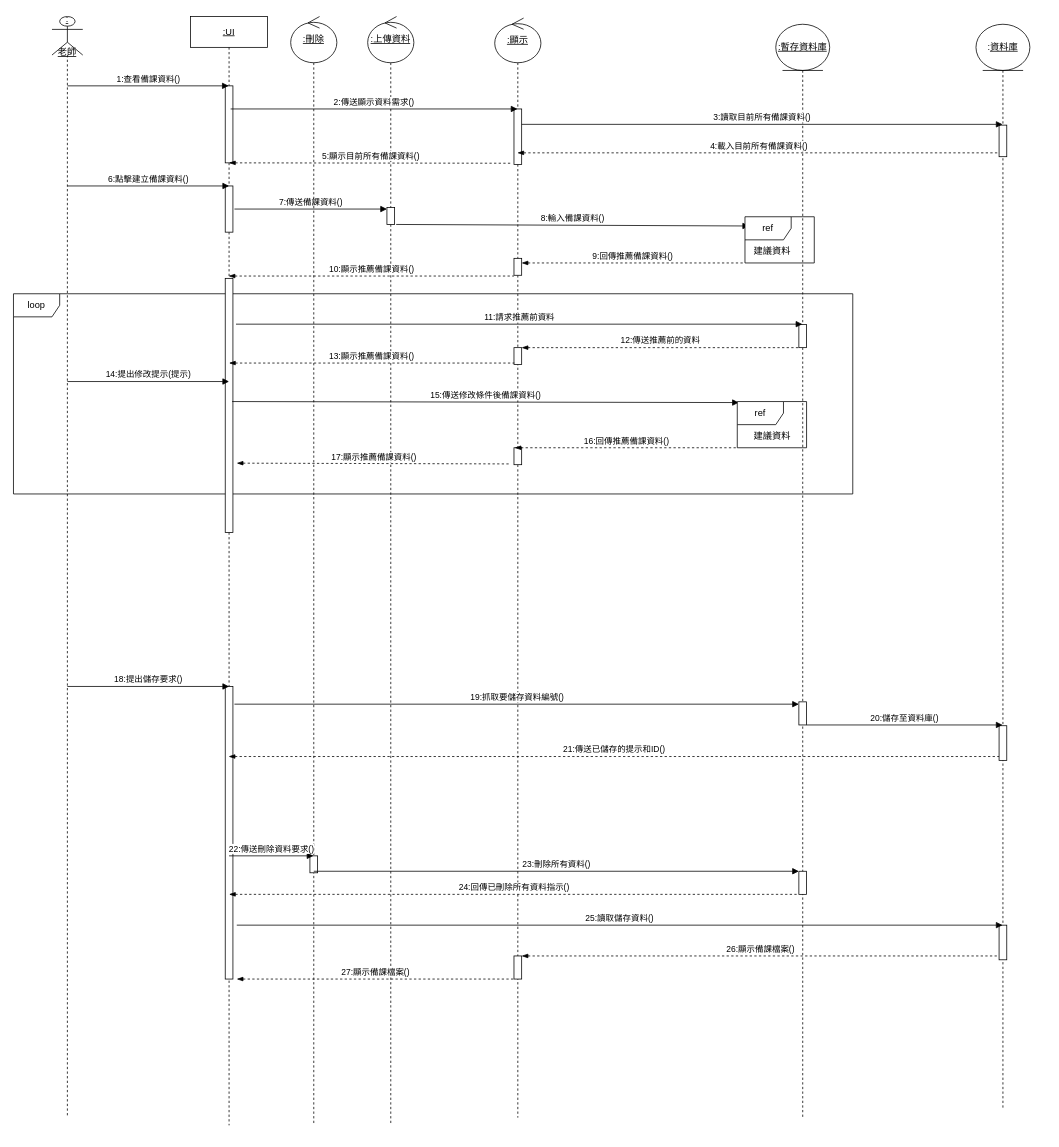
Kevincheng0804/System-analysis keeps this draw.io diagram as 循序圖(建立備課資料-AC)-new.drawio. Above is the earlier version. Source tidied: cells renumbered, new cells numbered last; positions are measured from the earlier drawing's top-left corner, leaving out a move shared by most shapes. Both pictures are drawn from the tidied source at 77%, with x=0, y=0 at pixel (13, 16).
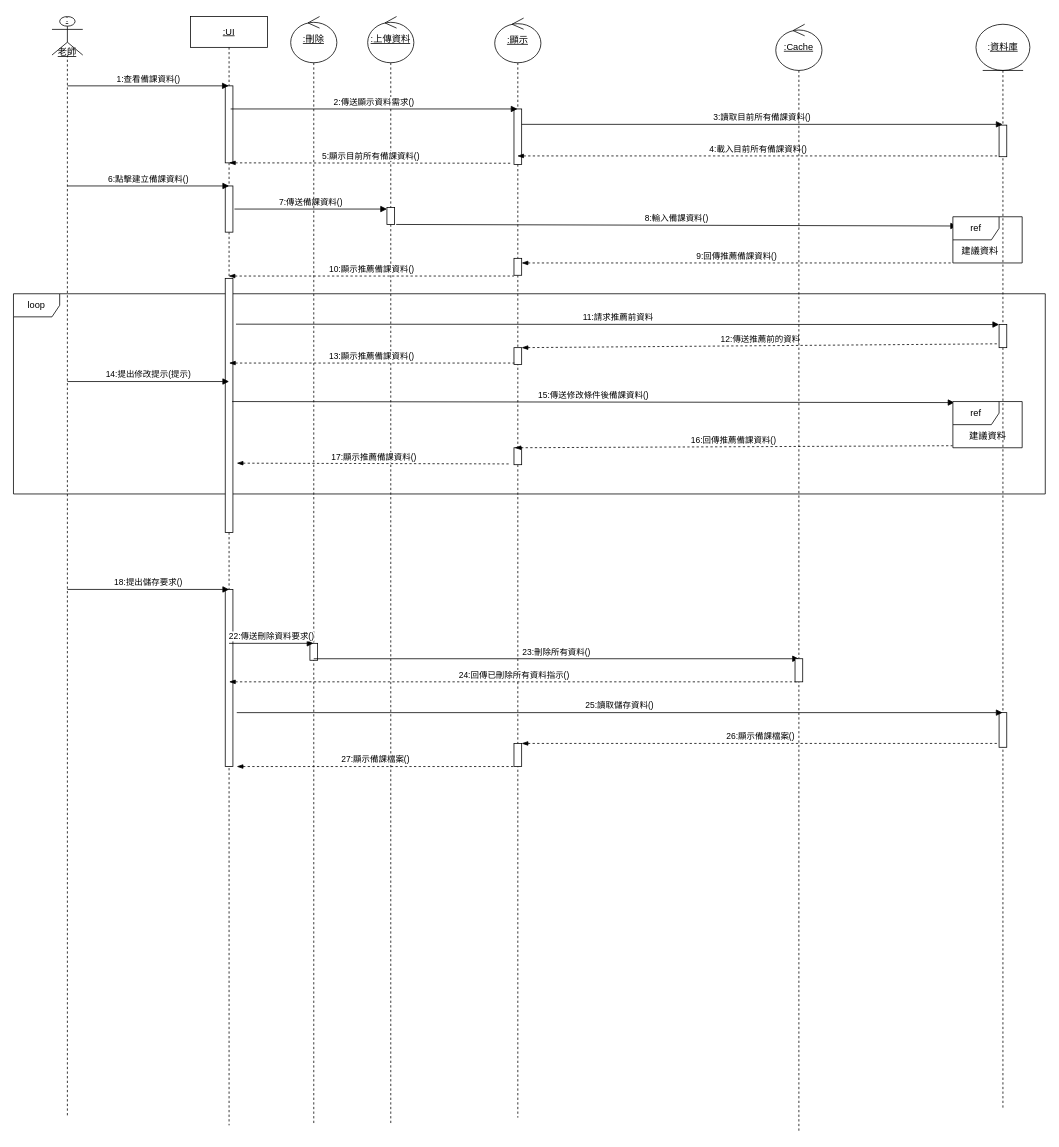
Above is the later version.

Commit message:
更新循序圖(建立備課資料-AC)-new.drawio

The change refers to these unchanged cells:
```xml
<mxCell id="4" value="&lt;u&gt;:UI&lt;/u&gt;" style="shape=umlLifeline;perimeter=lifelinePerimeter;whiteSpace=wrap;html=1;outlineConnect=0;portConstraint=eastwest;newEdgeStyle={&quot;curved&quot;:0,&quot;rounded&quot;:0};" parent="1" vertex="1">
  <mxGeometry x="230" width="100" height="1440" as="geometry" />
</mxCell>
<mxCell id="11" value="&lt;u&gt;:顯示&lt;/u&gt;" style="shape=umlLifeline;perimeter=lifelinePerimeter;whiteSpace=wrap;html=1;outlineConnect=0;portConstraint=eastwest;newEdgeStyle={&quot;curved&quot;:0,&quot;rounded&quot;:0};participant=umlControl;size=58;" parent="1" vertex="1">
  <mxGeometry x="625" y="2" width="60" height="1428" as="geometry" />
</mxCell>
<mxCell id="21" value=":&lt;u&gt;資料庫&lt;/u&gt;" style="shape=umlLifeline;perimeter=lifelinePerimeter;whiteSpace=wrap;html=1;outlineConnect=0;portConstraint=eastwest;newEdgeStyle={&quot;curved&quot;:0,&quot;rounded&quot;:0};participant=umlEntity;size=60;" parent="1" vertex="1">
  <mxGeometry x="1250" y="10" width="70" height="1410" as="geometry" />
</mxCell>
<mxCell id="22" style="html=1;points=[[0,0,0,0,5],[0,1,0,0,-5],[1,0,0,0,5],[1,1,0,0,-5]];perimeter=orthogonalPerimeter;outlineConnect=0;targetShapes=umlLifeline;portConstraint=eastwest;newEdgeStyle={&quot;curved&quot;:0,&quot;rounded&quot;:0};" parent="21" vertex="1">
  <mxGeometry x="30" y="131" width="10" height="41" as="geometry" />
</mxCell>
<mxCell id="49" value="&lt;u&gt;:刪除&lt;/u&gt;" style="shape=umlLifeline;perimeter=lifelinePerimeter;whiteSpace=wrap;html=1;outlineConnect=0;portConstraint=eastwest;newEdgeStyle={&quot;curved&quot;:0,&quot;rounded&quot;:0};participant=umlControl;size=60;" parent="1" vertex="1">
  <mxGeometry x="360" width="60" height="1440" as="geometry" />
</mxCell>
```

Change to the diagram source:
```diff
@@
     <mxCell id="2" value="loop" style="shape=umlFrame;whiteSpace=wrap;html=1;" parent="1" vertex="1">
-      <mxGeometry y="360" width="1090" height="260" as="geometry" />
+      <mxGeometry y="360" width="1340" height="260" as="geometry" />
     </mxCell>
@@
     <mxCell id="8" style="html=1;perimeter=orthogonalPerimeter;targetShapes=umlLifeline;newEdgeStyle={&quot;curved&quot;:0,&quot;rounded&quot;:0};" parent="4" vertex="1">
-      <mxGeometry x="45" y="870" width="10" height="380" as="geometry" />
+      <mxGeometry x="45" y="744" width="10" height="230" as="geometry" />
     </mxCell>
@@
     <mxCell id="16" style="html=1;perimeter=orthogonalPerimeter;targetShapes=umlLifeline;newEdgeStyle={&quot;curved&quot;:0,&quot;rounded&quot;:0};" parent="11" vertex="1">
-      <mxGeometry x="25" y="1218" width="10" height="30" as="geometry" />
+      <mxGeometry x="25" y="942" width="10" height="30" as="geometry" />
     </mxCell>
-    <mxCell id="17" value="&lt;u&gt;:暫存資料庫&lt;/u&gt;" style="shape=umlLifeline;perimeter=lifelinePerimeter;whiteSpace=wrap;html=1;outlineConnect=0;portConstraint=eastwest;newEdgeStyle={&quot;curved&quot;:0,&quot;rounded&quot;:0};participant=umlEntity;size=60;" parent="1" vertex="1">
-      <mxGeometry x="990" y="10" width="70" height="1420" as="geometry" />
-    </mxCell>
-    <mxCell id="18" style="html=1;points=[[0,0,0,0,5],[0,1,0,0,-5],[1,0,0,0,5],[1,1,0,0,-5]];perimeter=orthogonalPerimeter;outlineConnect=0;targetShapes=umlLifeline;portConstraint=eastwest;newEdgeStyle={&quot;curved&quot;:0,&quot;rounded&quot;:0};" parent="17" vertex="1">
-      <mxGeometry x="30" y="390" width="10" height="30" as="geometry" />
-    </mxCell>
-    <mxCell id="19" style="html=1;perimeter=orthogonalPerimeter;targetShapes=umlLifeline;newEdgeStyle={&quot;curved&quot;:0,&quot;rounded&quot;:0};" parent="17" vertex="1">
-      <mxGeometry x="30" y="880" width="10" height="30" as="geometry" />
-    </mxCell>
-    <mxCell id="20" style="html=1;perimeter=orthogonalPerimeter;targetShapes=umlLifeline;newEdgeStyle={&quot;curved&quot;:0,&quot;rounded&quot;:0};" parent="17" vertex="1">
-      <mxGeometry x="30" y="1100" width="10" height="30" as="geometry" />
-    </mxCell>
@@
-    <mxCell id="23" style="html=1;points=[[0,0,0,0,5],[0,1,0,0,-5],[1,0,0,0,5],[1,1,0,0,-5]];perimeter=orthogonalPerimeter;outlineConnect=0;targetShapes=umlLifeline;portConstraint=eastwest;newEdgeStyle={&quot;curved&quot;:0,&quot;rounded&quot;:0};" parent="21" vertex="1">
-      <mxGeometry x="30" y="911" width="10" height="45" as="geometry" />
-    </mxCell>
     <mxCell id="24" style="html=1;perimeter=orthogonalPerimeter;targetShapes=umlLifeline;newEdgeStyle={&quot;curved&quot;:0,&quot;rounded&quot;:0};" parent="21" vertex="1">
-      <mxGeometry x="30" y="1170" width="10" height="45" as="geometry" />
+      <mxGeometry x="30" y="894" width="10" height="45" as="geometry" />
     </mxCell>
+    <mxCell id="18" style="html=1;points=[[0,0,0,0,5],[0,1,0,0,-5],[1,0,0,0,5],[1,1,0,0,-5]];perimeter=orthogonalPerimeter;outlineConnect=0;targetShapes=umlLifeline;portConstraint=eastwest;newEdgeStyle={&quot;curved&quot;:0,&quot;rounded&quot;:0};" parent="21" vertex="1">
+      <mxGeometry x="30" y="390" width="10" height="30" as="geometry" />
+    </mxCell>
@@
-    <mxCell id="28" value="4:載入目前所有備課資料()" style="html=1;verticalAlign=bottom;endArrow=none;curved=0;rounded=0;dashed=1;startArrow=blockThin;startFill=1;endFill=0;entryX=0;entryY=1;entryDx=0;entryDy=-5;entryPerimeter=0;" parent="1" edge="1" source="11" target="22">
-      <mxGeometry relative="1" as="geometry" />
+    <mxCell id="28" value="4:載入目前所有備課資料()" style="html=1;verticalAlign=bottom;endArrow=none;curved=0;rounded=0;dashed=1;startArrow=blockThin;startFill=1;endFill=0;entryX=0;entryY=1;entryDx=0;entryDy=-5;entryPerimeter=0;" parent="1" edge="1">
+      <mxGeometry relative="1" as="geometry">
+        <mxPoint x="654.3" y="181" as="sourcePoint" />
+        <mxPoint x="1280" y="181" as="targetPoint" />
+      </mxGeometry>
     </mxCell>
@@
     <mxCell id="33" value="ref" style="shape=umlFrame;whiteSpace=wrap;html=1;" parent="1" vertex="1">
-      <mxGeometry x="950" y="260" width="90" height="60" as="geometry" />
+      <mxGeometry x="1220" y="260" width="90" height="60" as="geometry" />
     </mxCell>
     <mxCell id="34" value="建議資料" style="text;html=1;align=center;verticalAlign=middle;strokeColor=none;fillColor=none;" parent="1" vertex="1">
-      <mxGeometry x="950" y="290" width="70" height="30" as="geometry" />
+      <mxGeometry x="1220" y="290" width="70" height="30" as="geometry" />
     </mxCell>
@@
-    <mxCell id="37" value="11:請求推薦前資料" style="html=1;verticalAlign=bottom;endArrow=block;curved=0;rounded=0;" parent="1" edge="1" target="17">
+    <mxCell id="37" value="11:請求推薦前資料" style="html=1;verticalAlign=bottom;endArrow=block;curved=0;rounded=0;" parent="1" edge="1" target="18">
       <mxGeometry relative="1" as="geometry">
         <mxPoint x="289" y="399.5" as="sourcePoint" />
       </mxGeometry>
     </mxCell>
-    <mxCell id="38" value="12:傳送推薦前的資料" style="html=1;verticalAlign=bottom;endArrow=none;curved=0;rounded=0;dashed=1;startArrow=blockThin;startFill=1;endFill=0;entryX=0;entryY=1;entryDx=0;entryDy=-5;entryPerimeter=0;" parent="1" edge="1">
+    <mxCell id="38" value="12:傳送推薦前的資料" style="html=1;verticalAlign=bottom;endArrow=none;curved=0;rounded=0;dashed=1;startArrow=blockThin;startFill=1;endFill=0;entryX=0;entryY=1;entryDx=0;entryDy=-5;entryPerimeter=0;" parent="1" edge="1" target="18">
       <mxGeometry relative="1" as="geometry">
         <mxPoint x="660" y="430" as="sourcePoint" />
-        <mxPoint x="1020" y="430" as="targetPoint" />
       </mxGeometry>
     </mxCell>
@@
     <mxCell id="41" value="ref" style="shape=umlFrame;whiteSpace=wrap;html=1;" parent="1" vertex="1">
-      <mxGeometry x="940" y="500" width="90" height="60" as="geometry" />
+      <mxGeometry x="1220" y="500" width="90" height="60" as="geometry" />
     </mxCell>
     <mxCell id="42" value="建議資料" style="text;html=1;align=center;verticalAlign=middle;strokeColor=none;fillColor=none;" parent="1" vertex="1">
-      <mxGeometry x="950" y="530" width="70" height="30" as="geometry" />
+      <mxGeometry x="1230" y="530" width="70" height="30" as="geometry" />
     </mxCell>
@@
-    <mxCell id="44" value="16:回傳推薦備課資料()" style="html=1;verticalAlign=bottom;endArrow=none;curved=0;rounded=0;dashed=1;startArrow=blockThin;startFill=1;endFill=0;entryX=-0.015;entryY=1;entryDx=0;entryDy=0;entryPerimeter=0;" parent="1" edge="1">
+    <mxCell id="44" value="16:回傳推薦備課資料()" style="html=1;verticalAlign=bottom;endArrow=none;curved=0;rounded=0;dashed=1;startArrow=blockThin;startFill=1;endFill=0;entryX=-0.006;entryY=0.956;entryDx=0;entryDy=0;entryPerimeter=0;" parent="1" edge="1" target="41">
       <mxGeometry relative="1" as="geometry">
         <mxPoint x="651" y="560" as="sourcePoint" />
-        <mxPoint x="940" y="560" as="targetPoint" />
       </mxGeometry>
     </mxCell>
     <mxCell id="45" value="18:提出儲存要求()" style="html=1;verticalAlign=bottom;endArrow=block;curved=0;rounded=0;" parent="1" edge="1">
       <mxGeometry relative="1" as="geometry">
-        <mxPoint x="70" y="870" as="sourcePoint" />
-        <mxPoint x="280" y="870" as="targetPoint" />
+        <mxPoint x="70" y="744" as="sourcePoint" />
+        <mxPoint x="280" y="744" as="targetPoint" />
       </mxGeometry>
     </mxCell>
-    <mxCell id="46" value="19:抓取要儲存資料編號()" style="html=1;verticalAlign=bottom;endArrow=block;curved=0;rounded=0;" parent="1" edge="1">
-      <mxGeometry relative="1" as="geometry">
-        <mxPoint x="287" y="893" as="sourcePoint" />
-        <mxPoint x="1020" y="893" as="targetPoint" />
-      </mxGeometry>
-    </mxCell>
-    <mxCell id="47" value="20:儲存至資料庫()" style="html=1;verticalAlign=bottom;endArrow=block;curved=0;rounded=0;" parent="1" edge="1" target="21">
-      <mxGeometry relative="1" as="geometry">
-        <mxPoint x="1030" y="920" as="sourcePoint" />
-      </mxGeometry>
-    </mxCell>
-    <mxCell id="48" value="21:傳送已儲存的提示和ID()" style="html=1;verticalAlign=bottom;endArrow=none;curved=0;rounded=0;dashed=1;startArrow=blockThin;startFill=1;endFill=0;entryX=0;entryY=1;entryDx=0;entryDy=-5;entryPerimeter=0;" parent="1" edge="1" source="4" target="23">
-      <mxGeometry relative="1" as="geometry" />
-    </mxCell>
@@
     <mxCell id="50" style="html=1;perimeter=orthogonalPerimeter;targetShapes=umlLifeline;newEdgeStyle={&quot;curved&quot;:0,&quot;rounded&quot;:0};" parent="49" vertex="1">
-      <mxGeometry x="25" y="1090" width="10" height="22" as="geometry" />
+      <mxGeometry x="25" y="814" width="10" height="22" as="geometry" />
     </mxCell>
@@
-    <mxCell id="52" value="22:傳送刪除資料要求()" style="html=1;verticalAlign=bottom;endArrow=block;curved=0;rounded=0;" parent="1" edge="1" target="49">
+    <mxCell id="52" value="22:傳送刪除資料要求()" style="html=1;verticalAlign=bottom;endArrow=block;curved=0;rounded=0;" parent="1" edge="1">
       <mxGeometry relative="1" as="geometry">
-        <mxPoint x="280" y="1090" as="sourcePoint" />
+        <mxPoint x="280" y="814" as="sourcePoint" />
+        <mxPoint x="389.5" y="814" as="targetPoint" />
       </mxGeometry>
     </mxCell>
     <mxCell id="53" value="23:刪除所有資料()" style="html=1;verticalAlign=bottom;endArrow=block;curved=0;rounded=0;" parent="1" edge="1">
       <mxGeometry relative="1" as="geometry">
-        <mxPoint x="390" y="1110" as="sourcePoint" />
-        <mxPoint x="1020" y="1110" as="targetPoint" />
+        <mxPoint x="390" y="834" as="sourcePoint" />
+        <mxPoint x="1020" y="834" as="targetPoint" />
       </mxGeometry>
     </mxCell>
     <mxCell id="54" value="24:回傳已刪除所有資料指示()" style="html=1;verticalAlign=bottom;endArrow=none;curved=0;rounded=0;dashed=1;startArrow=blockThin;startFill=1;endFill=0;entryX=0;entryY=1;entryDx=0;entryDy=-5;entryPerimeter=0;" parent="1" edge="1">
       <mxGeometry relative="1" as="geometry">
-        <mxPoint x="280" y="1140" as="sourcePoint" />
-        <mxPoint x="1020" y="1140" as="targetPoint" />
+        <mxPoint x="280" y="864" as="sourcePoint" />
+        <mxPoint x="1020" y="864" as="targetPoint" />
       </mxGeometry>
     </mxCell>
-    <mxCell id="55" value="25:讀取儲存資料()" style="html=1;verticalAlign=bottom;endArrow=block;curved=0;rounded=0;" parent="1" edge="1" target="21">
+    <mxCell id="55" value="25:讀取儲存資料()" style="html=1;verticalAlign=bottom;endArrow=block;curved=0;rounded=0;" parent="1" edge="1">
       <mxGeometry relative="1" as="geometry">
-        <mxPoint x="290" y="1180" as="sourcePoint" />
+        <mxPoint x="290" y="904" as="sourcePoint" />
+        <mxPoint x="1284.5" y="904" as="targetPoint" />
       </mxGeometry>
     </mxCell>
     <mxCell id="56" value="26:顯示備課檔案()" style="html=1;verticalAlign=bottom;endArrow=none;curved=0;rounded=0;dashed=1;startArrow=blockThin;startFill=1;endFill=0;entryX=0;entryY=1;entryDx=0;entryDy=-5;entryPerimeter=0;" parent="1" edge="1">
       <mxGeometry relative="1" as="geometry">
-        <mxPoint x="660" y="1220" as="sourcePoint" />
-        <mxPoint x="1280" y="1220" as="targetPoint" />
+        <mxPoint x="660" y="944" as="sourcePoint" />
+        <mxPoint x="1280" y="944" as="targetPoint" />
       </mxGeometry>
     </mxCell>
     <mxCell id="57" value="27:顯示備課檔案()" style="html=1;verticalAlign=bottom;endArrow=none;curved=0;rounded=0;dashed=1;startArrow=blockThin;startFill=1;endFill=0;entryX=0;entryY=1;entryDx=0;entryDy=-5;entryPerimeter=0;" parent="1" edge="1">
       <mxGeometry relative="1" as="geometry">
-        <mxPoint x="290" y="1250" as="sourcePoint" />
-        <mxPoint x="650" y="1250" as="targetPoint" />
+        <mxPoint x="290" y="974" as="sourcePoint" />
+        <mxPoint x="650" y="974" as="targetPoint" />
       </mxGeometry>
     </mxCell>
+    <mxCell id="58" value="&lt;u&gt;:Cache&lt;/u&gt;" style="shape=umlLifeline;perimeter=lifelinePerimeter;whiteSpace=wrap;html=1;newEdgeStyle={&quot;curved&quot;:0,&quot;rounded&quot;:0};participant=umlControl;size=60;" parent="1" vertex="1">
+      <mxGeometry x="990" y="10" width="60" height="1440" as="geometry" />
+    </mxCell>
+    <mxCell id="59" style="html=1;perimeter=orthogonalPerimeter;targetShapes=umlLifeline;newEdgeStyle={&quot;curved&quot;:0,&quot;rounded&quot;:0};" parent="58" vertex="1">
+      <mxGeometry x="25" y="824" width="10" height="30" as="geometry" />
+    </mxCell>
```
